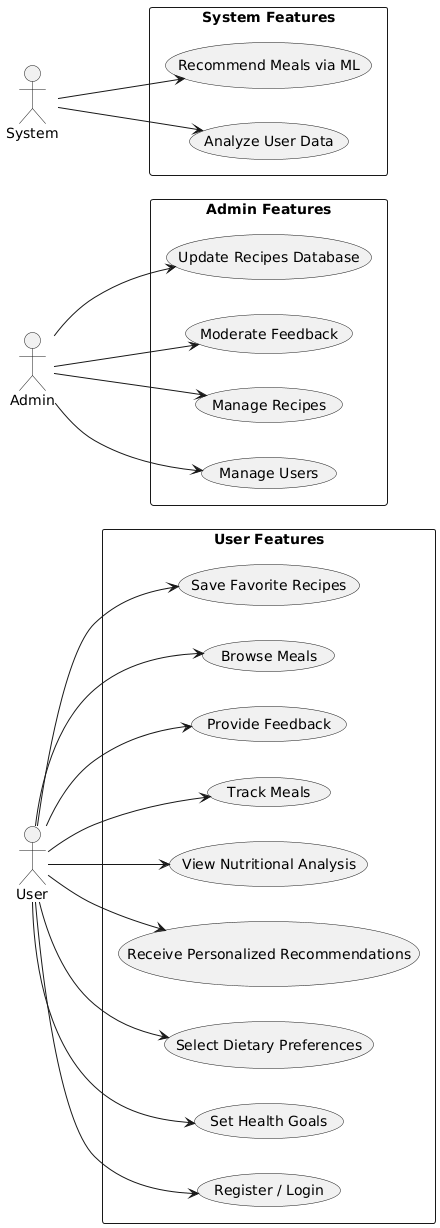
This is Diagrams/Usecase Diagram.png from hassan9khaled/Diet-Craft, a PlantUML export, as it was before one commit.
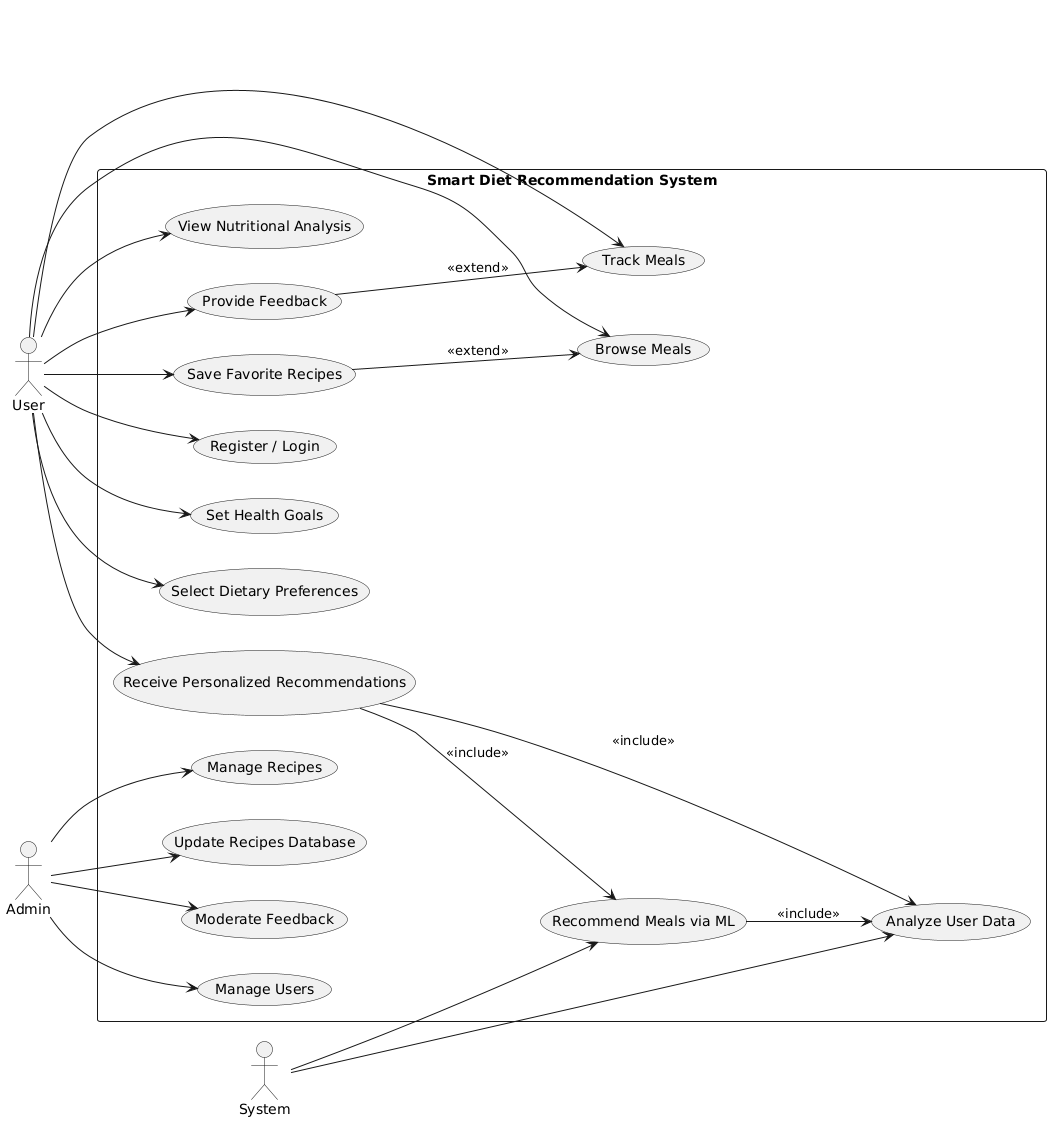
Above is the later version.

Commit message:
Finallay Edit by useCase

What changed in the source:
```diff
@@ -6,29 +6,27 @@
 actor Admin
 actor System
 
-package "User Features" {
+rectangle "Smart Diet Recommendation System" {
+
   usecase "Register / Login" as U1
   usecase "Set Health Goals" as U2
   usecase "Select Dietary Preferences" as U3
   usecase "Receive Personalized Recommendations" as U4
-  usecase "View Nutritional Analysis" as U5
-  usecase "Track Meals" as U6
-  usecase "Provide Feedback" as U7
-  usecase "Browse Meals" as U8
-  usecase "Save Favorite Recipes" as U9
-}
+  usecase "Track Meals" as U5
+  usecase "Browse Meals" as U6
+  usecase "View Nutritional Analysis" as U7
+  usecase "Save Favorite Recipes" as U8
+  usecase "Provide Feedback" as U9
 
-package "Admin Features" {
   usecase "Manage Users" as A1
   usecase "Manage Recipes" as A2
-  usecase "Moderate Feedback" as A3
-  usecase "Update Recipes Database" as A4
-}
+  usecase "Update Recipes Database" as A3
+  usecase "Moderate Feedback" as A4
 
-package "System Features" {
   usecase "Analyze User Data" as S1
   usecase "Recommend Meals via ML" as S2
 }
+
 
 User --> U1
 User --> U2
@@ -47,4 +45,11 @@
 
 System --> S1
 System --> S2
+
+U4 --> S1 : <<include>>
+U4 --> S2 : <<include>>
+S2 --> S1 : <<include>>
+
+U8 --> U6 : <<extend>>
+U9 --> U5 : <<extend>>
 @enduml
```
